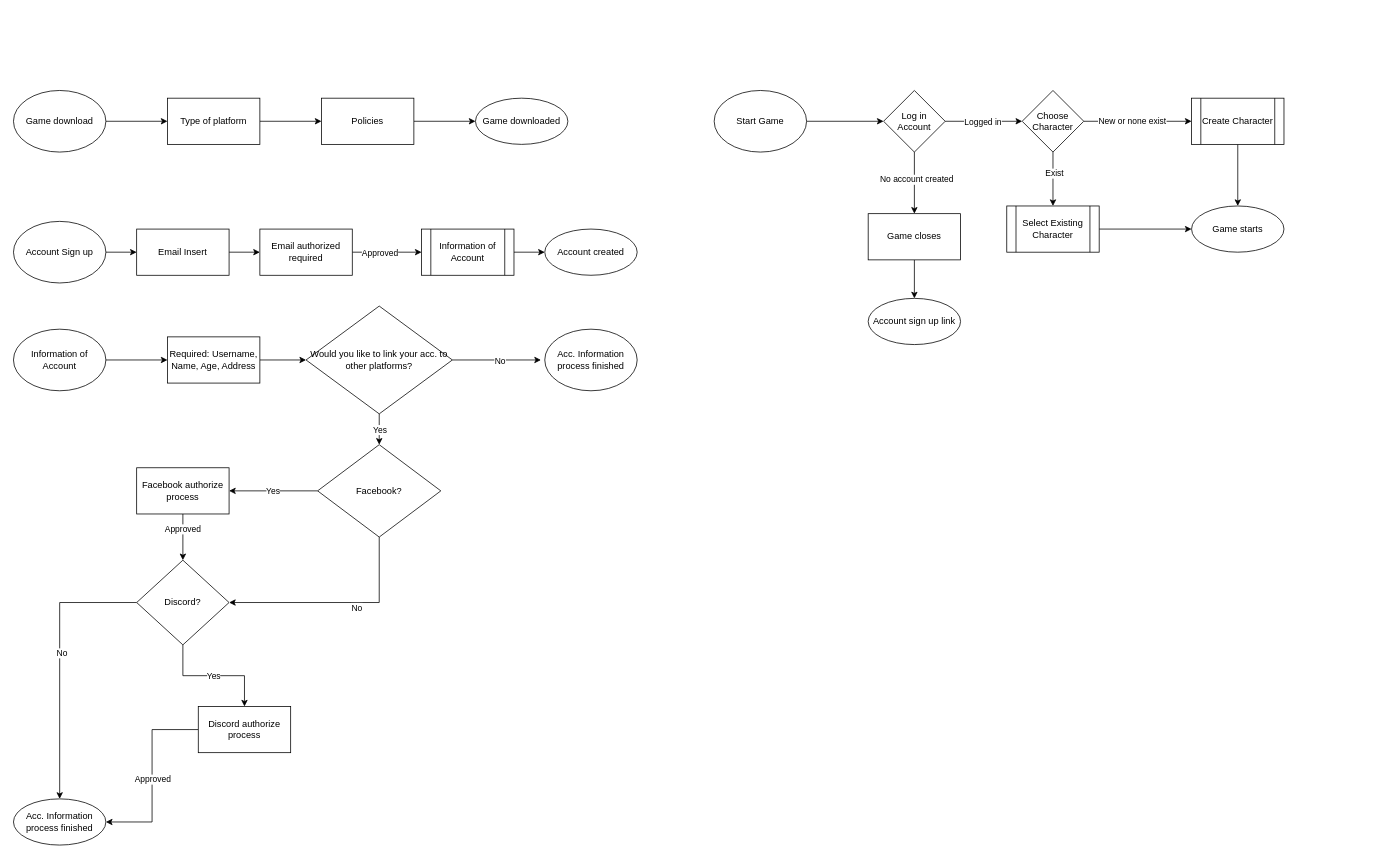
samuelroiz/WorkFlows_storage keeps this draw.io diagram as video_game_shop.drawio. Above is the earlier version. Source tidied: cells renumbered, new cells numbered last; positions are measured from the earlier drawing's top-left corner, leaving out a move shared by most shapes. Both pictures are drawn from the tidied source at 77%, with x=0, y=0 at pixel (13, 90).
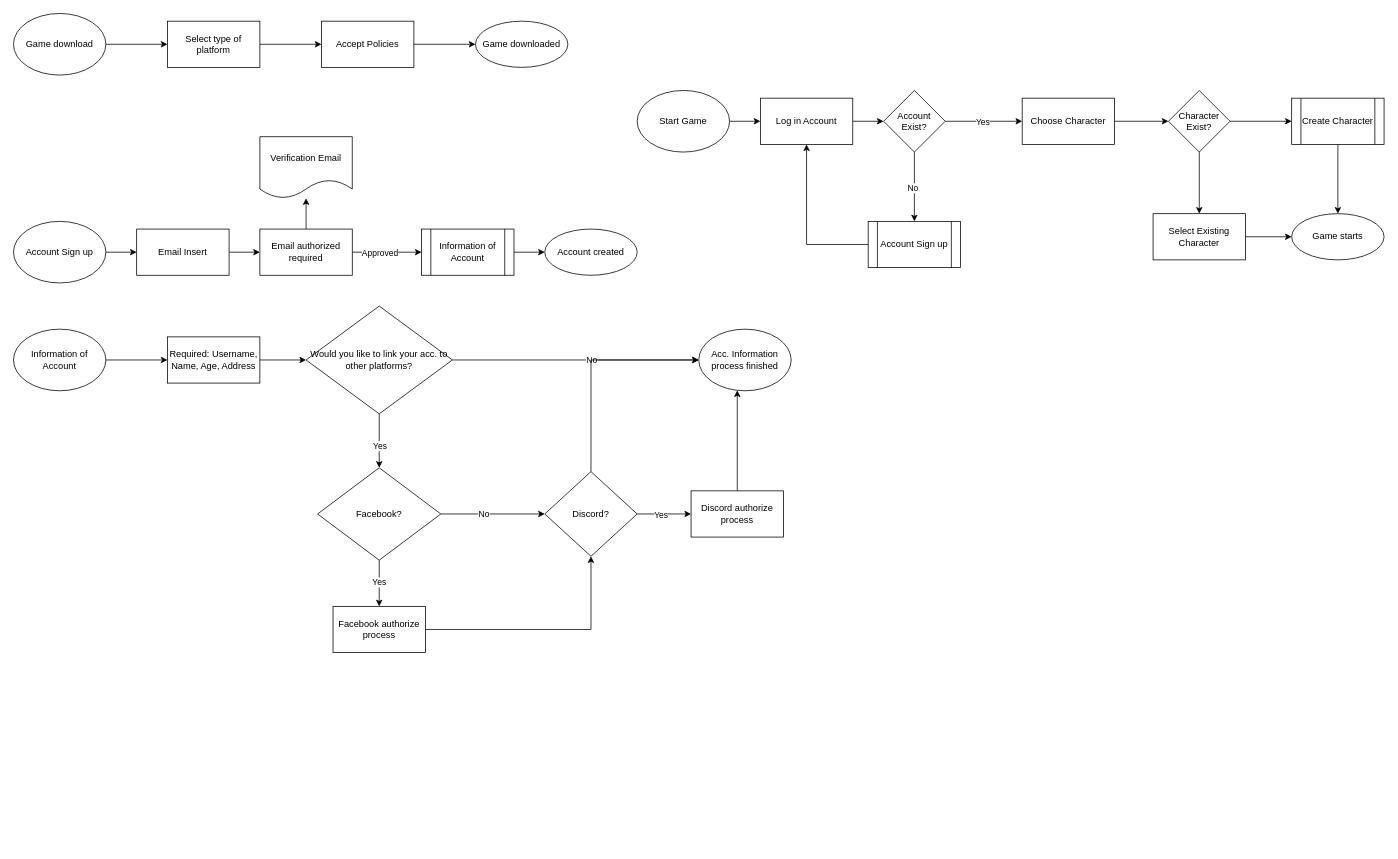
Above is the later version.

The change refers to these unchanged cells:
```xml
<mxCell id="24" value="Would you like to link your acc. to other platforms?" style="rhombus;whiteSpace=wrap;html=1;" parent="1" vertex="1">
  <mxGeometry x="380" y="280" width="190" height="140" as="geometry" />
</mxCell>
<mxCell id="29" style="edgeStyle=orthogonalEdgeStyle;rounded=0;jettySize=auto;html=1;" parent="1" edge="1" source="31" target="37">
  <mxGeometry relative="1" as="geometry" />
</mxCell>
<mxCell id="44" value="Email authorized required" style="whiteSpace=wrap;html=1;" parent="1" vertex="1">
  <mxGeometry x="320" y="180" width="120" height="60" as="geometry" />
</mxCell>
<mxCell id="49" style="edgeStyle=orthogonalEdgeStyle;rounded=0;jettySize=auto;html=1;" parent="1" edge="1" source="51">
  <mxGeometry relative="1" as="geometry">
    <mxPoint x="1310" y="40" as="targetPoint" />
  </mxGeometry>
</mxCell>
```

Change to the diagram source:
```diff
@@
     <mxCell id="3" value="Game download" style="ellipse;whiteSpace=wrap;html=1;" parent="1" vertex="1">
-      <mxGeometry width="120" height="80" as="geometry" />
+      <mxGeometry y="-100" width="120" height="80" as="geometry" />
     </mxCell>
@@
-    <mxCell id="5" value="Type of platform" style="whiteSpace=wrap;html=1;" parent="1" vertex="1">
-      <mxGeometry x="200" y="10" width="120" height="60" as="geometry" />
+    <mxCell id="5" value="Select type of platform" style="whiteSpace=wrap;html=1;" parent="1" vertex="1">
+      <mxGeometry x="200" y="-90" width="120" height="60" as="geometry" />
     </mxCell>
@@
-    <mxCell id="7" value="Policies" style="whiteSpace=wrap;html=1;" parent="1" vertex="1">
-      <mxGeometry x="400" y="10" width="120" height="60" as="geometry" />
+    <mxCell id="7" value="Accept Policies" style="whiteSpace=wrap;html=1;" parent="1" vertex="1">
+      <mxGeometry x="400" y="-90" width="120" height="60" as="geometry" />
     </mxCell>
     <mxCell id="8" value="Game downloaded" style="ellipse;whiteSpace=wrap;html=1;" parent="1" vertex="1">
-      <mxGeometry x="600" y="10" width="120" height="60" as="geometry" />
+      <mxGeometry x="600" y="-90" width="120" height="60" as="geometry" />
     </mxCell>
@@
-    <mxCell id="22" style="edgeStyle=orthogonalEdgeStyle;rounded=0;jettySize=auto;html=1;" parent="1" edge="1" source="24">
-      <mxGeometry relative="1" as="geometry">
-        <mxPoint x="685" y="350" as="targetPoint" />
-      </mxGeometry>
+    <mxCell id="22" style="edgeStyle=orthogonalEdgeStyle;rounded=0;jettySize=auto;html=1;entryX=0;entryY=0.5;entryDx=0;entryDy=0;" parent="1" edge="1" source="24" target="32">
+      <mxGeometry relative="1" as="geometry" />
     </mxCell>
     <mxCell id="23" value="No" style="edgeLabel;html=1;align=center;verticalAlign=middle;" parent="22" vertex="1">
-      <mxGeometry x="0.08" y="-1" relative="1" as="geometry" />
+      <mxGeometry x="0.08" y="-1" relative="1" as="geometry">
+        <mxPoint x="7" y="-1" as="offset" />
+      </mxGeometry>
     </mxCell>
@@
-    <mxCell id="25" value="Yes" style="edgeStyle=orthogonalEdgeStyle;rounded=0;jettySize=auto;html=1;" parent="1" edge="1" source="28" target="31">
+    <mxCell id="25" style="edgeStyle=orthogonalEdgeStyle;rounded=0;jettySize=auto;html=1;" parent="1" edge="1" source="28" target="31">
       <mxGeometry relative="1" as="geometry" />
     </mxCell>
+    <mxCell id="65" value="Yes" style="edgeLabel;html=1;align=center;verticalAlign=middle;" parent="25" vertex="1">
+      <mxGeometry x="-0.07" y="-1" relative="1" as="geometry" />
+    </mxCell>
-    <mxCell id="26" style="edgeStyle=orthogonalEdgeStyle;rounded=0;jettySize=auto;html=1;exitX=0.5;exitY=1;exitDx=0;exitDy=0;entryX=1;entryY=0.5;entryDx=0;entryDy=0;" parent="1" edge="1" source="28" target="37">
+    <mxCell id="26" style="edgeStyle=orthogonalEdgeStyle;rounded=0;jettySize=auto;html=1;" parent="1" edge="1" source="28" target="37">
       <mxGeometry relative="1" as="geometry" />
     </mxCell>
-    <mxCell id="27" value="No" style="edgeLabel;html=1;align=center;verticalAlign=middle;" parent="26" vertex="1">
-      <mxGeometry x="-0.18" y="3" relative="1" as="geometry">
-        <mxPoint y="3" as="offset" />
-      </mxGeometry>
-    </mxCell>
+    <mxCell id="66" value="No" style="edgeLabel;html=1;align=center;verticalAlign=middle;" parent="26" vertex="1">
+      <mxGeometry x="-0.19" relative="1" as="geometry" />
+    </mxCell>
     <mxCell id="28" value="Facebook?" style="rhombus;whiteSpace=wrap;html=1;" parent="1" vertex="1">
-      <mxGeometry x="395" y="460" width="160" height="120" as="geometry" />
+      <mxGeometry x="395" y="490" width="160" height="120" as="geometry" />
     </mxCell>
@@
-    <mxCell id="30" value="Approved" style="edgeLabel;html=1;align=center;verticalAlign=middle;" parent="29" vertex="1">
-      <mxGeometry x="-0.37" y="-1" relative="1" as="geometry" />
-    </mxCell>
     <mxCell id="31" value="Facebook authorize process" style="whiteSpace=wrap;html=1;" parent="1" vertex="1">
-      <mxGeometry x="160" y="490" width="120" height="60" as="geometry" />
+      <mxGeometry x="415" y="670" width="120" height="60" as="geometry" />
     </mxCell>
     <mxCell id="32" value="Acc. Information process finished" style="ellipse;whiteSpace=wrap;html=1;" parent="1" vertex="1">
-      <mxGeometry x="690" y="310" width="120" height="80" as="geometry" />
+      <mxGeometry x="890" y="310" width="120" height="80" as="geometry" />
     </mxCell>
-    <mxCell id="33" style="edgeStyle=orthogonalEdgeStyle;rounded=0;jettySize=auto;html=1;exitX=0.5;exitY=1;exitDx=0;exitDy=0;" parent="1" edge="1" source="37" target="40">
+    <mxCell id="33" style="edgeStyle=orthogonalEdgeStyle;rounded=0;jettySize=auto;html=1;" parent="1" edge="1" source="37" target="40">
       <mxGeometry relative="1" as="geometry" />
     </mxCell>
-    <mxCell id="34" value="Yes" style="edgeLabel;html=1;align=center;verticalAlign=middle;" parent="33" vertex="1">
-      <mxGeometry x="-0.03" y="-4" relative="1" as="geometry">
-        <mxPoint x="1" y="-4" as="offset" />
-      </mxGeometry>
-    </mxCell>
-    <mxCell id="35" style="edgeStyle=orthogonalEdgeStyle;rounded=0;jettySize=auto;html=1;exitX=0;exitY=0.5;exitDx=0;exitDy=0;entryX=0.5;entryY=0;entryDx=0;entryDy=0;" parent="1" edge="1" source="37" target="41">
-      <mxGeometry relative="1" as="geometry">
-        <Array as="points">
-          <mxPoint x="60" y="665" />
-        </Array>
-      </mxGeometry>
-    </mxCell>
-    <mxCell id="36" value="No" style="edgeLabel;html=1;align=center;verticalAlign=middle;" parent="35" vertex="1">
-      <mxGeometry x="-0.07" y="2" relative="1" as="geometry" />
-    </mxCell>
+    <mxCell id="67" value="Yes" style="edgeLabel;html=1;align=center;verticalAlign=middle;" parent="33" vertex="1">
+      <mxGeometry x="-0.14" y="-1" relative="1" as="geometry" />
+    </mxCell>
+    <mxCell id="68" style="edgeStyle=orthogonalEdgeStyle;rounded=0;jettySize=auto;html=1;" parent="1" edge="1" source="37" target="32">
+      <mxGeometry relative="1" as="geometry">
+        <Array as="points">
+          <mxPoint x="750" y="350" />
+        </Array>
+      </mxGeometry>
+    </mxCell>
     <mxCell id="37" value="Discord?" style="rhombus;whiteSpace=wrap;html=1;" parent="1" vertex="1">
-      <mxGeometry x="160" y="610" width="120" height="110" as="geometry" />
+      <mxGeometry x="690" y="495" width="120" height="110" as="geometry" />
     </mxCell>
-    <mxCell id="38" style="edgeStyle=orthogonalEdgeStyle;rounded=0;jettySize=auto;html=1;entryX=1;entryY=0.5;entryDx=0;entryDy=0;" parent="1" edge="1" source="40" target="41">
-      <mxGeometry relative="1" as="geometry" />
-    </mxCell>
-    <mxCell id="39" value="Approved" style="edgeLabel;html=1;align=center;verticalAlign=middle;" parent="38" vertex="1">
-      <mxGeometry x="0.03" relative="1" as="geometry" />
-    </mxCell>
+    <mxCell id="69" style="edgeStyle=orthogonalEdgeStyle;rounded=0;jettySize=auto;html=1;" parent="1" edge="1" source="40" target="32">
+      <mxGeometry relative="1" as="geometry">
+        <Array as="points">
+          <mxPoint x="940" y="350" />
+        </Array>
+      </mxGeometry>
+    </mxCell>
     <mxCell id="40" value="Discord authorize process" style="whiteSpace=wrap;html=1;" parent="1" vertex="1">
-      <mxGeometry x="240" y="800" width="120" height="60" as="geometry" />
+      <mxGeometry x="880" y="520" width="120" height="60" as="geometry" />
     </mxCell>
-    <mxCell id="41" value="Acc. Information process finished" style="ellipse;whiteSpace=wrap;html=1;" parent="1" vertex="1">
-      <mxGeometry y="920" width="120" height="60" as="geometry" />
-    </mxCell>
@@
+    <mxCell id="70" style="edgeStyle=orthogonalEdgeStyle;rounded=0;jettySize=auto;html=1;" parent="1" edge="1" source="44" target="74">
+      <mxGeometry relative="1" as="geometry" />
+    </mxCell>
@@
-    <mxCell id="45" style="edgeStyle=orthogonalEdgeStyle;rounded=0;jettySize=auto;html=1;" parent="1" edge="1" source="46" target="51">
-      <mxGeometry relative="1" as="geometry" />
-    </mxCell>
+    <mxCell id="71" style="edgeStyle=orthogonalEdgeStyle;rounded=0;jettySize=auto;html=1;" parent="1" edge="1" source="46" target="76">
+      <mxGeometry relative="1" as="geometry" />
+    </mxCell>
     <mxCell id="46" value="Start Game" style="ellipse;whiteSpace=wrap;html=1;" parent="1" vertex="1">
-      <mxGeometry x="910" width="120" height="80" as="geometry" />
+      <mxGeometry x="810" width="120" height="80" as="geometry" />
     </mxCell>
-    <mxCell id="47" style="edgeStyle=orthogonalEdgeStyle;rounded=0;jettySize=auto;html=1;" parent="1" edge="1" source="51">
-      <mxGeometry relative="1" as="geometry">
-        <mxPoint x="1170" y="160" as="targetPoint" />
-      </mxGeometry>
-    </mxCell>
-    <mxCell id="48" value="No account created" style="edgeLabel;html=1;align=center;verticalAlign=middle;" parent="47" vertex="1">
-      <mxGeometry x="-0.13" y="2" relative="1" as="geometry" />
-    </mxCell>
@@
-    <mxCell id="50" value="Logged in" style="edgeLabel;html=1;align=center;verticalAlign=middle;" parent="49" vertex="1">
+    <mxCell id="50" value="Yes" style="edgeLabel;html=1;align=center;verticalAlign=middle;" parent="49" vertex="1">
       <mxGeometry x="-0.05" y="-1" relative="1" as="geometry">
         <mxPoint y="-1" as="offset" />
       </mxGeometry>
     </mxCell>
+    <mxCell id="72" style="edgeStyle=orthogonalEdgeStyle;rounded=0;jettySize=auto;html=1;" parent="1" edge="1" source="51" target="78">
+      <mxGeometry relative="1" as="geometry" />
+    </mxCell>
+    <mxCell id="73" value="No" style="edgeLabel;html=1;align=center;verticalAlign=middle;" parent="72" vertex="1">
+      <mxGeometry x="0.02" y="-3" relative="1" as="geometry" />
+    </mxCell>
-    <mxCell id="51" value="Log in Account" style="rhombus;whiteSpace=wrap;html=1;" parent="1" vertex="1">
+    <mxCell id="51" value="Account Exist?" style="rhombus;whiteSpace=wrap;html=1;" parent="1" vertex="1">
       <mxGeometry x="1130" width="80" height="80" as="geometry" />
     </mxCell>
-    <mxCell id="52" style="edgeStyle=orthogonalEdgeStyle;rounded=0;jettySize=auto;html=1;" parent="1" edge="1" source="53" target="54">
-      <mxGeometry relative="1" as="geometry" />
-    </mxCell>
-    <mxCell id="53" value="Game closes" style="rounded=0;whiteSpace=wrap;html=1;" parent="1" vertex="1">
-      <mxGeometry x="1110" y="160" width="120" height="60" as="geometry" />
-    </mxCell>
-    <mxCell id="54" value="Account sign up link" style="ellipse;whiteSpace=wrap;html=1;rounded=0;" parent="1" vertex="1">
-      <mxGeometry x="1110" y="270" width="120" height="60" as="geometry" />
-    </mxCell>
-    <mxCell id="55" style="edgeStyle=orthogonalEdgeStyle;rounded=0;jettySize=auto;html=1;" parent="1" edge="1" source="59" target="62">
-      <mxGeometry relative="1" as="geometry" />
-    </mxCell>
-    <mxCell id="56" value="New or none exist" style="edgeLabel;html=1;align=center;verticalAlign=middle;" parent="55" vertex="1">
-      <mxGeometry x="-0.11" y="1" relative="1" as="geometry" />
-    </mxCell>
-    <mxCell id="57" style="edgeStyle=orthogonalEdgeStyle;rounded=0;jettySize=auto;html=1;entryX=0.5;entryY=0;entryDx=0;entryDy=0;" parent="1" edge="1" source="59" target="64">
-      <mxGeometry relative="1" as="geometry" />
-    </mxCell>
-    <mxCell id="58" value="Exist" style="edgeLabel;html=1;align=center;verticalAlign=middle;" parent="57" vertex="1">
-      <mxGeometry x="-0.23" y="1" relative="1" as="geometry" />
-    </mxCell>
-    <mxCell id="59" value="Choose Character" style="rhombus;whiteSpace=wrap;html=1;" parent="1" vertex="1">
-      <mxGeometry x="1310" width="80" height="80" as="geometry" />
-    </mxCell>
-    <mxCell id="60" style="edgeStyle=orthogonalEdgeStyle;rounded=0;jettySize=auto;html=1;exitX=1;exitY=0.5;exitDx=0;exitDy=0;" parent="1" edge="1" source="64" target="63">
-      <mxGeometry relative="1" as="geometry" />
-    </mxCell>
@@
     <mxCell id="62" value="Create Character" style="shape=process;whiteSpace=wrap;html=1;backgroundOutline=1;" parent="1" vertex="1">
-      <mxGeometry x="1530" y="10" width="120" height="60" as="geometry" />
+      <mxGeometry x="1660" y="10" width="120" height="60" as="geometry" />
     </mxCell>
     <mxCell id="63" value="Game starts" style="ellipse;whiteSpace=wrap;html=1;" parent="1" vertex="1">
-      <mxGeometry x="1530" y="150" width="120" height="60" as="geometry" />
+      <mxGeometry x="1660" y="160" width="120" height="60" as="geometry" />
     </mxCell>
+    <mxCell id="74" value="Verification Email" style="shape=document;whiteSpace=wrap;html=1;boundedLbl=1;" parent="1" vertex="1">
+      <mxGeometry x="320" y="60" width="120" height="80" as="geometry" />
+    </mxCell>
+    <mxCell id="75" style="edgeStyle=orthogonalEdgeStyle;rounded=0;jettySize=auto;html=1;" parent="1" edge="1" source="76" target="51">
+      <mxGeometry relative="1" as="geometry" />
+    </mxCell>
+    <mxCell id="76" value="Log in Account" style="rounded=0;whiteSpace=wrap;html=1;" parent="1" vertex="1">
+      <mxGeometry x="970" y="10" width="120" height="60" as="geometry" />
+    </mxCell>
+    <mxCell id="77" style="edgeStyle=orthogonalEdgeStyle;rounded=0;jettySize=auto;html=1;entryX=0.5;entryY=1;entryDx=0;entryDy=0;" parent="1" edge="1" source="78" target="76">
+      <mxGeometry relative="1" as="geometry" />
+    </mxCell>
+    <mxCell id="78" value="Account Sign up" style="shape=process;whiteSpace=wrap;html=1;backgroundOutline=1;" parent="1" vertex="1">
+      <mxGeometry x="1110" y="170" width="120" height="60" as="geometry" />
+    </mxCell>
+    <mxCell id="60" style="edgeStyle=orthogonalEdgeStyle;rounded=0;jettySize=auto;html=1;" parent="1" edge="1" source="64" target="63">
+      <mxGeometry relative="1" as="geometry" />
+    </mxCell>
-    <mxCell id="64" value="&lt;span&gt;Select Existing Character&lt;/span&gt;" style="shape=process;whiteSpace=wrap;html=1;backgroundOutline=1;" parent="1" vertex="1">
-      <mxGeometry x="1290" y="150" width="120" height="60" as="geometry" />
+    <mxCell id="64" value="Select Existing Character" style="rounded=0;whiteSpace=wrap;html=1;" parent="1" vertex="1">
+      <mxGeometry x="1480" y="160" width="120" height="60" as="geometry" />
     </mxCell>
+    <mxCell id="79" style="edgeStyle=orthogonalEdgeStyle;rounded=0;jettySize=auto;html=1;" parent="1" edge="1" source="59" target="82">
+      <mxGeometry relative="1" as="geometry" />
+    </mxCell>
+    <mxCell id="59" value="Choose Character" style="rounded=0;whiteSpace=wrap;html=1;" parent="1" vertex="1">
+      <mxGeometry x="1310" y="10" width="120" height="60" as="geometry" />
+    </mxCell>
+    <mxCell id="80" style="edgeStyle=orthogonalEdgeStyle;rounded=0;jettySize=auto;html=1;" parent="1" edge="1" source="82" target="64">
+      <mxGeometry relative="1" as="geometry" />
+    </mxCell>
+    <mxCell id="81" style="edgeStyle=orthogonalEdgeStyle;rounded=0;jettySize=auto;html=1;" parent="1" edge="1" source="82" target="62">
+      <mxGeometry relative="1" as="geometry" />
+    </mxCell>
+    <mxCell id="82" value="Character Exist?" style="rhombus;whiteSpace=wrap;html=1;" parent="1" vertex="1">
+      <mxGeometry x="1500" width="80" height="80" as="geometry" />
+    </mxCell>
```
